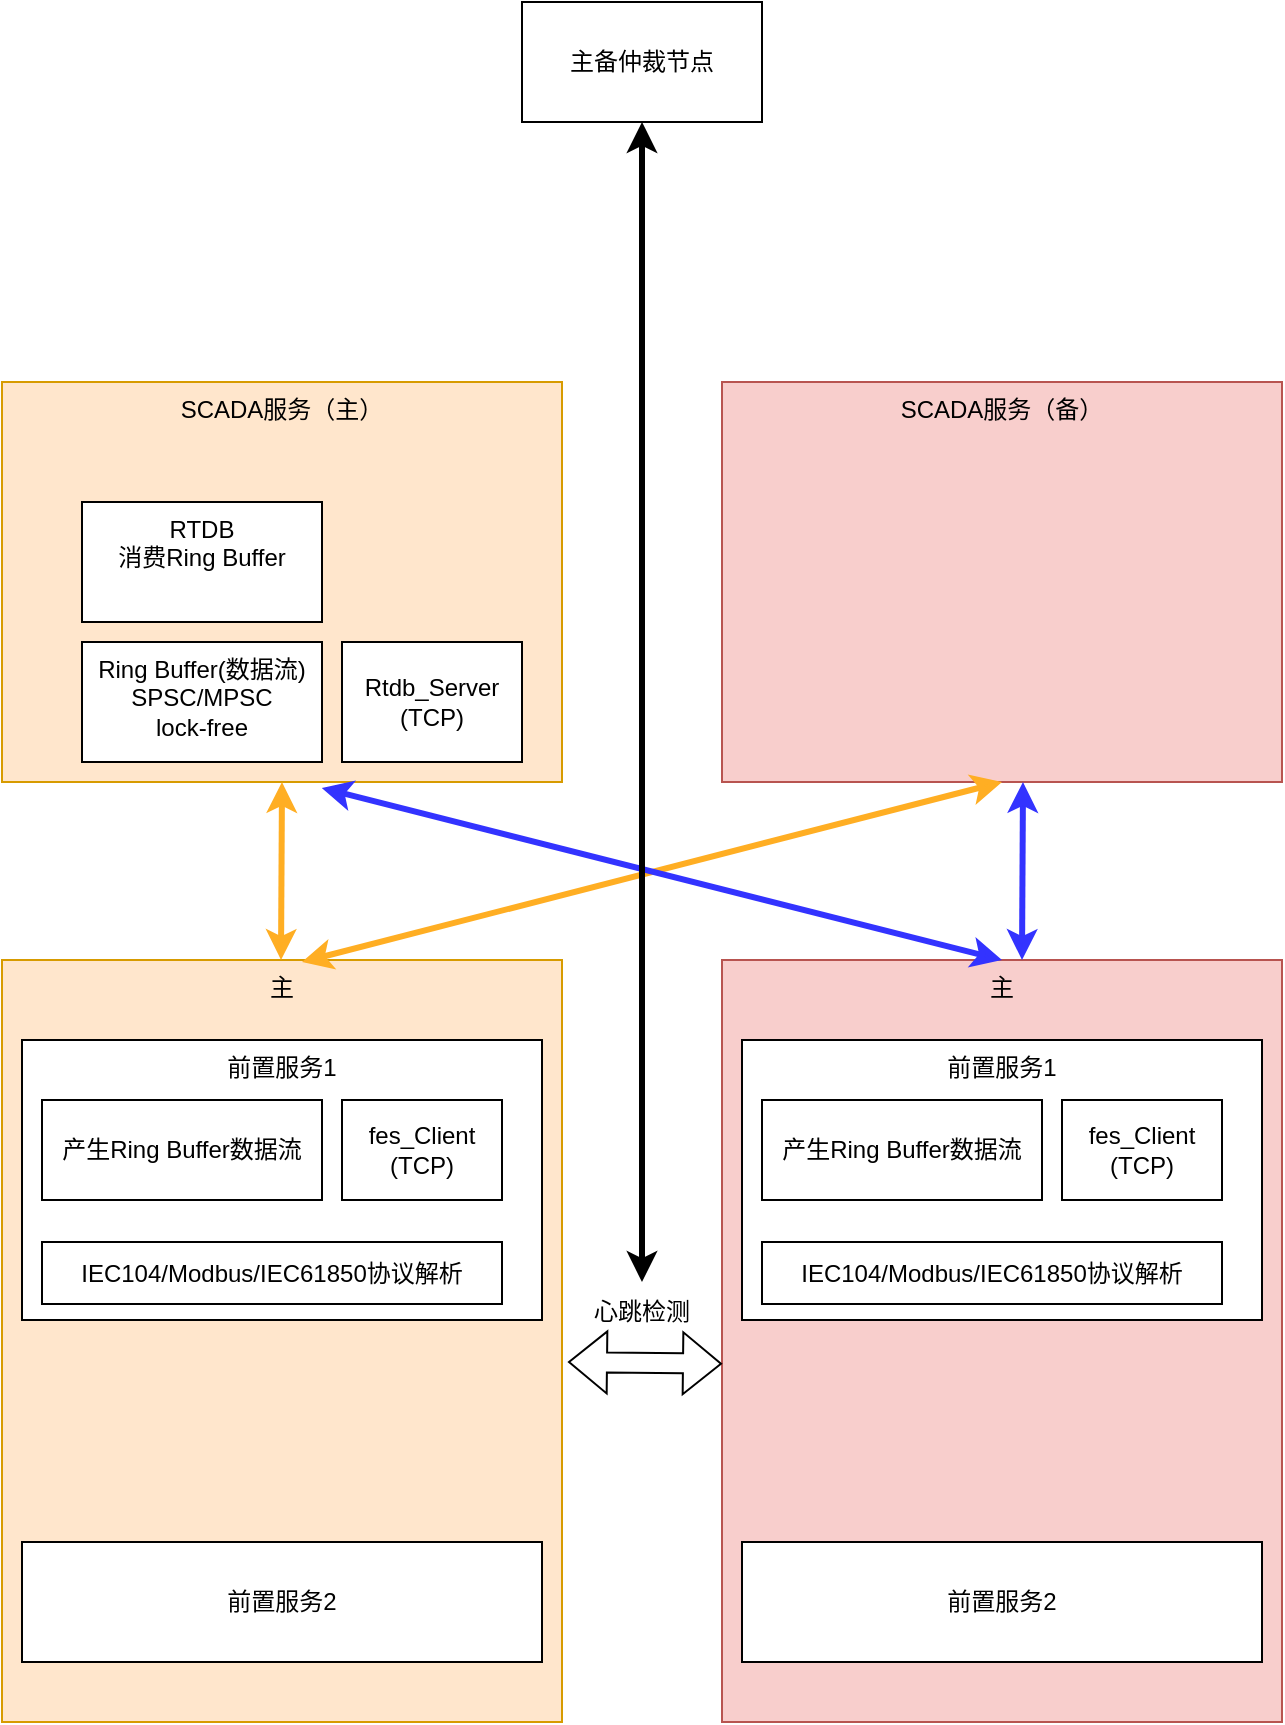
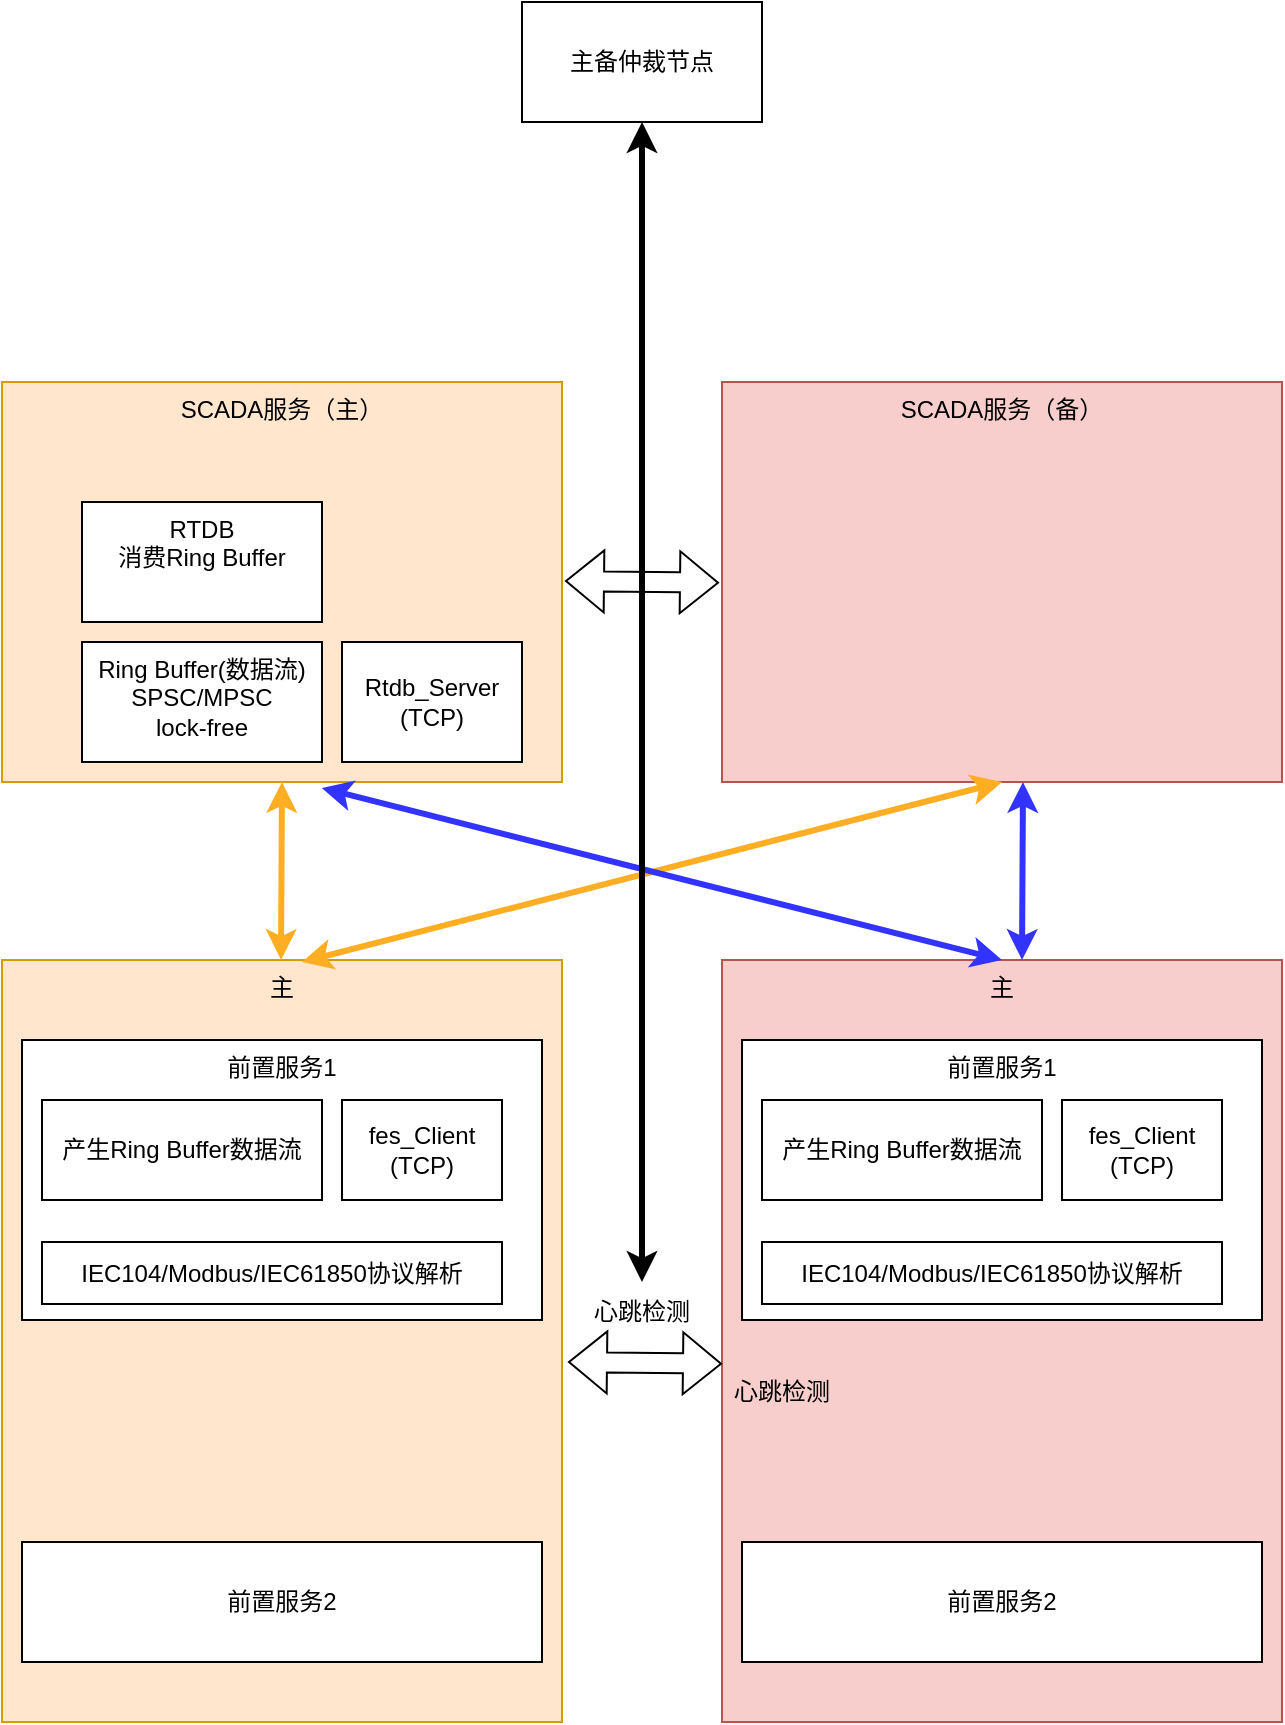
<mxfile host="app.diagrams.net">
  <diagram name="第 1 页" id="B8DYWfWQNEIOsyKvfK1-">
    <mxGraphModel dx="1414" dy="785" grid="1" gridSize="10" guides="1" tooltips="1" connect="1" arrows="1" fold="1" page="1" pageScale="1" pageWidth="827" pageHeight="1169" math="0" shadow="0">
      <root>
        <mxCell id="0" />
        <mxCell id="1" parent="0" />
        <mxCell id="kAXPQYTb_9ZiN3N-kw4B-1" parent="1" style="rounded=0;whiteSpace=wrap;html=1;verticalAlign=top;fillColor=#ffe6cc;strokeColor=#d79b00;" value="SCADA服务（主）" vertex="1">
          <mxGeometry height="200" width="280" x="50" y="200" as="geometry" />
        </mxCell>
        <mxCell id="kAXPQYTb_9ZiN3N-kw4B-2" parent="1" style="rounded=0;whiteSpace=wrap;html=1;verticalAlign=top;fillColor=#ffe6cc;strokeColor=#d79b00;" value="主" vertex="1">
          <mxGeometry height="381" width="280" x="50" y="489" as="geometry" />
        </mxCell>
        <mxCell id="kAXPQYTb_9ZiN3N-kw4B-4" parent="1" style="rounded=0;whiteSpace=wrap;html=1;verticalAlign=top;fillColor=#f8cecc;strokeColor=#b85450;" value="SCADA服务（备）" vertex="1">
          <mxGeometry height="200" width="280" x="410" y="200" as="geometry" />
        </mxCell>
        <mxCell id="kAXPQYTb_9ZiN3N-kw4B-5" parent="1" style="rounded=0;whiteSpace=wrap;html=1;verticalAlign=top;align=center;" value="前置服务1" vertex="1">
          <mxGeometry height="140" width="260" x="60" y="529" as="geometry" />
        </mxCell>
        <mxCell id="kAXPQYTb_9ZiN3N-kw4B-6" parent="1" style="rounded=0;whiteSpace=wrap;html=1;" value="前置服务2" vertex="1">
          <mxGeometry height="60" width="260" x="60" y="780" as="geometry" />
        </mxCell>
        <mxCell id="kAXPQYTb_9ZiN3N-kw4B-9" parent="1" style="rounded=0;whiteSpace=wrap;html=1;verticalAlign=top;" value="Ring Buffer(数据流)&lt;div&gt;SPSC/MPSC&lt;/div&gt;&lt;div&gt;lock-free&lt;/div&gt;" vertex="1">
          <mxGeometry height="60" width="120" x="90" y="330" as="geometry" />
        </mxCell>
        <mxCell id="kAXPQYTb_9ZiN3N-kw4B-10" parent="1" style="rounded=0;whiteSpace=wrap;html=1;verticalAlign=top;" value="RTDB&lt;div&gt;消费Ring Buffer&lt;/div&gt;" vertex="1">
          <mxGeometry height="60" width="120" x="90" y="260" as="geometry" />
        </mxCell>
        <mxCell id="kAXPQYTb_9ZiN3N-kw4B-11" parent="1" style="rounded=0;whiteSpace=wrap;html=1;" value="产生Ring Buffer数据流" vertex="1">
          <mxGeometry height="50" width="140" x="70" y="559" as="geometry" />
        </mxCell>
        <mxCell id="kAXPQYTb_9ZiN3N-kw4B-12" edge="1" parent="1" style="endArrow=classic;startArrow=classic;html=1;rounded=0;entryX=0.5;entryY=1;entryDx=0;entryDy=0;strokeColor=#FFAE23;strokeWidth=3;" target="kAXPQYTb_9ZiN3N-kw4B-1" value="">
          <mxGeometry height="50" relative="1" width="50" as="geometry">
            <mxPoint x="189.5" y="489" as="sourcePoint" />
            <mxPoint x="189.5" y="423" as="targetPoint" />
          </mxGeometry>
        </mxCell>
        <mxCell id="kAXPQYTb_9ZiN3N-kw4B-13" parent="1" style="rounded=0;whiteSpace=wrap;html=1;" value="fes_Client&lt;div&gt;(TCP)&lt;/div&gt;" vertex="1">
          <mxGeometry height="50" width="80" x="220" y="559" as="geometry" />
        </mxCell>
        <mxCell id="kAXPQYTb_9ZiN3N-kw4B-15" parent="1" style="rounded=0;whiteSpace=wrap;html=1;" value="Rtdb_Server&lt;div&gt;(TCP)&lt;/div&gt;" vertex="1">
          <mxGeometry height="60" width="90" x="220" y="330" as="geometry" />
        </mxCell>
        <mxCell id="kAXPQYTb_9ZiN3N-kw4B-16" edge="1" parent="1" style="endArrow=classic;startArrow=classic;html=1;rounded=0;entryX=0.5;entryY=1;entryDx=0;entryDy=0;strokeColor=#FFAE23;strokeWidth=3;" target="kAXPQYTb_9ZiN3N-kw4B-4" value="">
          <mxGeometry height="50" relative="1" width="50" as="geometry">
            <mxPoint x="200" y="490" as="sourcePoint" />
            <mxPoint x="219" y="423" as="targetPoint" />
          </mxGeometry>
        </mxCell>
        <mxCell id="kAXPQYTb_9ZiN3N-kw4B-17" parent="1" style="rounded=0;whiteSpace=wrap;html=1;verticalAlign=top;fillColor=#f8cecc;strokeColor=#b85450;" value="主" vertex="1">
          <mxGeometry height="381" width="280" x="410" y="489" as="geometry" />
        </mxCell>
        <mxCell id="kAXPQYTb_9ZiN3N-kw4B-18" parent="1" style="rounded=0;whiteSpace=wrap;html=1;verticalAlign=top;align=center;" value="前置服务1" vertex="1">
          <mxGeometry height="140" width="260" x="420" y="529" as="geometry" />
        </mxCell>
        <mxCell id="kAXPQYTb_9ZiN3N-kw4B-19" parent="1" style="rounded=0;whiteSpace=wrap;html=1;" value="前置服务2" vertex="1">
          <mxGeometry height="60" width="260" x="420" y="780" as="geometry" />
        </mxCell>
        <mxCell id="kAXPQYTb_9ZiN3N-kw4B-20" parent="1" style="rounded=0;whiteSpace=wrap;html=1;" value="产生Ring Buffer数据流" vertex="1">
          <mxGeometry height="50" width="140" x="430" y="559" as="geometry" />
        </mxCell>
        <mxCell id="kAXPQYTb_9ZiN3N-kw4B-21" parent="1" style="rounded=0;whiteSpace=wrap;html=1;" value="fes_Client&lt;div&gt;(TCP)&lt;/div&gt;" vertex="1">
          <mxGeometry height="50" width="80" x="580" y="559" as="geometry" />
        </mxCell>
        <mxCell id="kAXPQYTb_9ZiN3N-kw4B-22" edge="1" parent="1" style="endArrow=classic;startArrow=classic;html=1;rounded=0;entryX=0.5;entryY=1;entryDx=0;entryDy=0;strokeColor=#3333FF;strokeWidth=3;" value="">
          <mxGeometry height="50" relative="1" width="50" as="geometry">
            <mxPoint x="560" y="489" as="sourcePoint" />
            <mxPoint x="560.5" y="400" as="targetPoint" />
          </mxGeometry>
        </mxCell>
        <mxCell id="kAXPQYTb_9ZiN3N-kw4B-23" edge="1" parent="1" source="kAXPQYTb_9ZiN3N-kw4B-17" style="endArrow=classic;startArrow=classic;html=1;rounded=0;entryX=0.571;entryY=1.015;entryDx=0;entryDy=0;entryPerimeter=0;strokeWidth=3;strokeColor=#3333FF;exitX=0.5;exitY=0;exitDx=0;exitDy=0;" target="kAXPQYTb_9ZiN3N-kw4B-1" value="">
          <mxGeometry height="50" relative="1" width="50" as="geometry">
            <mxPoint x="550" y="480" as="sourcePoint" />
            <mxPoint x="590" y="439" as="targetPoint" />
          </mxGeometry>
        </mxCell>
        <mxCell id="kAXPQYTb_9ZiN3N-kw4B-25" edge="1" parent="1" style="shape=flexArrow;endArrow=classic;startArrow=classic;html=1;rounded=0;entryX=0.025;entryY=0.556;entryDx=0;entryDy=0;entryPerimeter=0;" value="">
          <mxGeometry height="100" relative="1" width="100" as="geometry">
            <mxPoint x="333" y="690" as="sourcePoint" />
            <mxPoint x="410" y="690.836" as="targetPoint" />
          </mxGeometry>
        </mxCell>
        <mxCell id="kAXPQYTb_9ZiN3N-kw4B-26" parent="1" style="text;html=1;whiteSpace=wrap;strokeColor=none;fillColor=none;align=center;verticalAlign=middle;rounded=0;" value="心跳检测" vertex="1">
          <mxGeometry height="30" width="60" x="340" y="650" as="geometry" />
        </mxCell>
        <mxCell id="kAXPQYTb_9ZiN3N-kw4B-29" parent="1" style="rounded=0;whiteSpace=wrap;html=1;" value="主备仲裁节点" vertex="1">
          <mxGeometry height="60" width="120" x="310" y="10" as="geometry" />
        </mxCell>
-         <mxCell id="kAXPQYTb_9ZiN3N-kw4B-30" edge="1" parent="1" source="kAXPQYTb_9ZiN3N-kw4B-26" style="endArrow=classic;startArrow=classic;html=1;rounded=0;strokeWidth=3;" value="">
-           <mxGeometry height="50" relative="1" width="50" as="geometry">
-             <mxPoint x="370" y="210" as="sourcePoint" />
-             <mxPoint x="370" y="70" as="targetPoint" />
-           </mxGeometry>
-         </mxCell>
        <mxCell id="kAXPQYTb_9ZiN3N-kw4B-31" parent="1" style="rounded=0;whiteSpace=wrap;html=1;" value="IEC104/Modbus/IEC61850协议解析" vertex="1">
          <mxGeometry height="31" width="230" x="70" y="630" as="geometry" />
        </mxCell>
        <mxCell id="kAXPQYTb_9ZiN3N-kw4B-32" parent="1" style="rounded=0;whiteSpace=wrap;html=1;" value="IEC104/Modbus/IEC61850协议解析" vertex="1">
          <mxGeometry height="31" width="230" x="430" y="630" as="geometry" />
        </mxCell>
+         <mxCell id="kAXPQYTb_9ZiN3N-kw4B-33" edge="1" parent="1" style="shape=flexArrow;endArrow=classic;startArrow=classic;html=1;rounded=0;entryX=0.025;entryY=0.556;entryDx=0;entryDy=0;entryPerimeter=0;" value="">
+           <mxGeometry height="100" relative="1" width="100" as="geometry">
+             <mxPoint x="331.5" y="299.5" as="sourcePoint" />
+             <mxPoint x="408.5" y="300.336" as="targetPoint" />
+           </mxGeometry>
+         </mxCell>
+         <mxCell id="kAXPQYTb_9ZiN3N-kw4B-35" edge="1" parent="1" source="kAXPQYTb_9ZiN3N-kw4B-26" style="endArrow=classic;startArrow=classic;html=1;rounded=0;strokeWidth=3;entryX=0.5;entryY=1;entryDx=0;entryDy=0;" target="kAXPQYTb_9ZiN3N-kw4B-29" value="">
+           <mxGeometry height="50" relative="1" width="50" as="geometry">
+             <mxPoint x="370" y="650" as="sourcePoint" />
+             <mxPoint x="360" y="140" as="targetPoint" />
+           </mxGeometry>
+         </mxCell>
+         <mxCell id="kAXPQYTb_9ZiN3N-kw4B-36" parent="1" style="text;html=1;whiteSpace=wrap;strokeColor=none;fillColor=none;align=center;verticalAlign=middle;rounded=0;" value="心跳检测" vertex="1">
+           <mxGeometry height="30" width="60" x="410" y="690" as="geometry" />
+         </mxCell>
      </root>
    </mxGraphModel>
  </diagram>
</mxfile>
